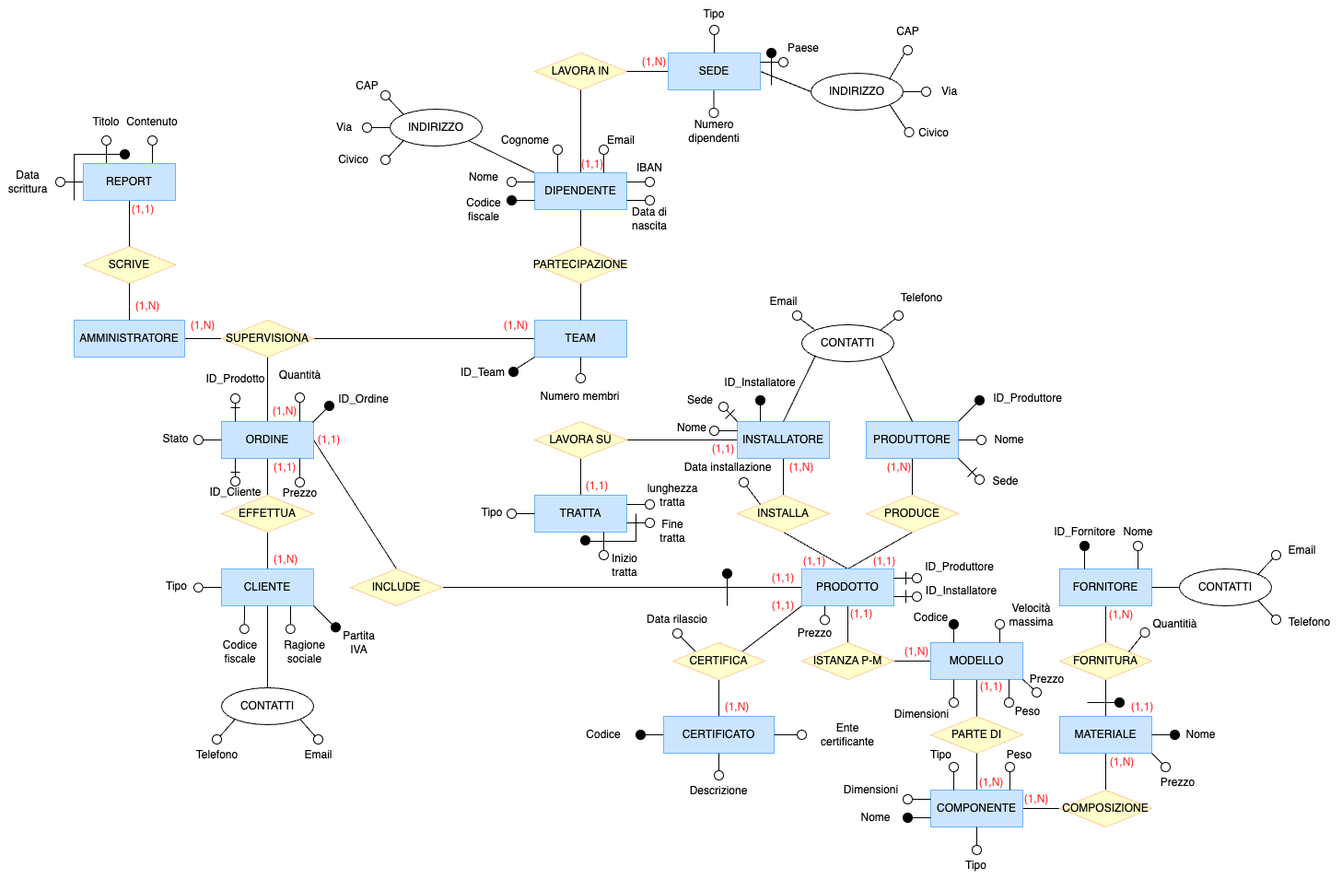
Earlier version of the draw.io export Secondo Anno/Secondo_Semestre/Basi_dati/Diagrammi_GreenRail/ristrutturato.drawio.png (bilottiale/uni). Source tidied: cells renumbered, new cells last; positions are measured from the earlier drawing's top-left corner, leaving out a move shared by most shapes.
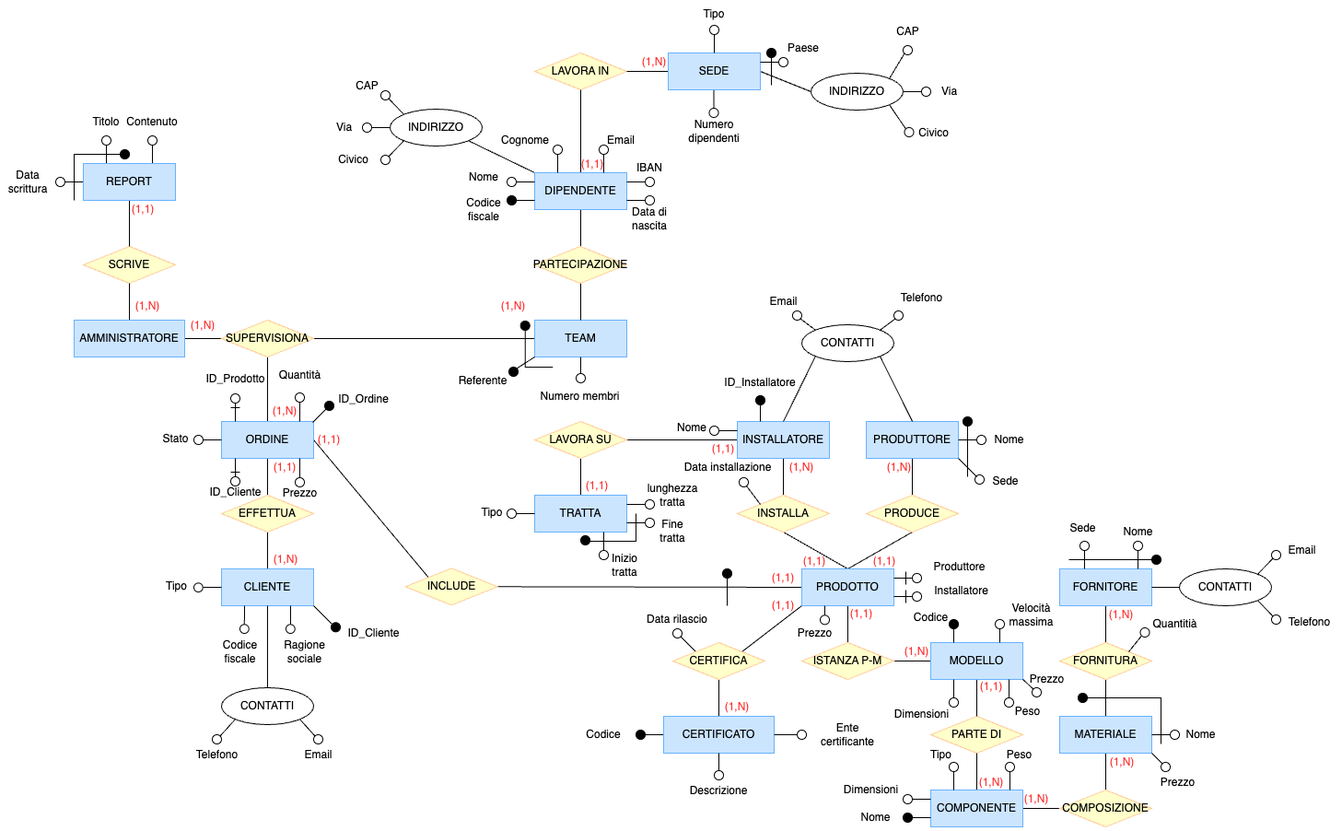
Later version of the same file.

What changed in the source:
```diff
@@ -30,7 +30,7 @@
         <mxPoint x="290" y="497" as="targetPoint" />
       </mxGeometry>
     </mxCell>
-    <mxCell id="10" style="endArrow=none;html=1;rounded=0;entryX=0.5;entryY=0;entryDx=0;entryDy=0;exitX=1;exitY=0.5;exitDx=0;exitDy=0;" parent="1" edge="1" target="23">
+    <mxCell id="10" style="endArrow=none;html=1;rounded=0;entryX=0;entryY=0;entryDx=0;entryDy=0;exitX=1;exitY=0.5;exitDx=0;exitDy=0;" parent="1" edge="1" target="23">
       <mxGeometry relative="1" as="geometry">
         <mxPoint x="340" y="477" as="sourcePoint" />
       </mxGeometry>
@@ -72,7 +72,7 @@
       <mxGeometry x="80" y="347" width="120" height="40" as="geometry" />
     </mxCell>
     <mxCell id="23" value="INCLUDE" style="rhombus;whiteSpace=wrap;html=1;fillColor=#FFFFCC;strokeColor=#FFCC99;" parent="1" vertex="1">
-      <mxGeometry x="380" y="617" width="100" height="40" as="geometry" />
+      <mxGeometry x="439.7" y="616.3" width="100" height="40" as="geometry" />
     </mxCell>
     <mxCell id="24" value="CLIENTE" style="rounded=0;whiteSpace=wrap;html=1;fillColor=#CCE5FF;strokeColor=#66B2FF;" parent="1" vertex="1">
       <mxGeometry x="240" y="617" width="100" height="40" as="geometry" />
@@ -336,8 +336,8 @@
     <mxCell id="98" style="ellipse;whiteSpace=wrap;html=1;fillColor=#000000;strokeColor=default;" parent="1" vertex="1">
       <mxGeometry x="359" y="675.3" width="10" height="10" as="geometry" />
     </mxCell>
-    <mxCell id="99" value="Partita&lt;br&gt;IVA" style="text;html=1;align=center;verticalAlign=middle;strokeColor=none;fillColor=none;" parent="1" vertex="1">
-      <mxGeometry x="359" y="677" width="60" height="40" as="geometry" />
+    <mxCell id="99" value="ID_Cliente" style="text;html=1;align=center;verticalAlign=middle;strokeColor=none;fillColor=none;" parent="1" vertex="1">
+      <mxGeometry x="364.8" y="672" width="80" height="30" as="geometry" />
     </mxCell>
     <mxCell id="100" style="ellipse;whiteSpace=wrap;html=1;fillColor=#FFFFFF;strokeColor=default;rotation=-180;" parent="1" vertex="1">
       <mxGeometry x="260" y="677.3" width="9.7" height="9.7" as="geometry" />
@@ -417,16 +417,9 @@
     <mxCell id="119" style="ellipse;whiteSpace=wrap;html=1;fillColor=none;strokeColor=default;rotation=90;" parent="105" vertex="1">
       <mxGeometry x="5" y="30" width="10" height="10" as="geometry" />
     </mxCell>
-    <mxCell id="120" value="ID_Produttore" style="text;html=1;align=center;verticalAlign=middle;strokeColor=none;fillColor=none;" parent="1" vertex="1">
-      <mxGeometry x="1065" y="417" width="100" height="30" as="geometry" />
-    </mxCell>
-    <mxCell id="121" style="ellipse;whiteSpace=wrap;html=1;fillColor=light-dark(#000000,#FFFFFF);strokeColor=default;rotation=45;" parent="1" vertex="1">
-      <mxGeometry x="1058" y="429" width="10" height="10" as="geometry" />
-    </mxCell>
-    <mxCell id="122" style="endArrow=none;html=1;rounded=0;" parent="1" edge="1">
+    <mxCell id="122" style="endArrow=none;html=1;rounded=0;" parent="1" edge="1" source="349">
       <mxGeometry relative="1" as="geometry">
-        <mxPoint x="1040" y="457" as="sourcePoint" />
-        <mxPoint x="1060" y="437" as="targetPoint" />
+        <mxPoint x="1050" y="457" as="targetPoint" />
       </mxGeometry>
     </mxCell>
     <mxCell id="123" value="PRODUTTORE" style="rounded=0;whiteSpace=wrap;html=1;fillColor=#CCE5FF;strokeColor=#66B2FF;" parent="1" vertex="1">
@@ -454,12 +447,6 @@
     <mxCell id="129" value="Sede" style="text;html=1;align=center;verticalAlign=middle;strokeColor=none;fillColor=none;" parent="1" vertex="1">
       <mxGeometry x="1066.4" y="507" width="50" height="30" as="geometry" />
     </mxCell>
-    <mxCell id="130" style="endArrow=none;html=1;rounded=0;" parent="1" edge="1">
-      <mxGeometry relative="1" as="geometry">
-        <mxPoint x="1050" y="517" as="sourcePoint" />
-        <mxPoint x="1060" y="507" as="targetPoint" />
-      </mxGeometry>
-    </mxCell>
     <mxCell id="131" style="endArrow=none;html=1;rounded=0;fontFamily=Helvetica;fontSize=12;fontColor=default;entryX=0;entryY=0;entryDx=0;entryDy=0;" parent="1" edge="1" target="38">
       <mxGeometry relative="1" as="geometry">
         <mxPoint x="810" y="527" as="sourcePoint" />
@@ -471,9 +458,6 @@
     <mxCell id="133" value="Data installazione" style="text;html=1;align=center;verticalAlign=middle;whiteSpace=wrap;rounded=0;" parent="1" vertex="1">
       <mxGeometry x="740" y="492" width="100" height="30" as="geometry" />
     </mxCell>
-    <mxCell id="134" style="endArrow=none;html=1;rounded=0;fontFamily=Helvetica;fontSize=12;fontColor=default;entryX=0;entryY=0;entryDx=0;entryDy=0;" parent="1" edge="1" source="139" target="26">
-      <mxGeometry relative="1" as="geometry" />
-    </mxCell>
     <mxCell id="135" style="endArrow=none;html=1;rounded=0;fontFamily=Helvetica;fontSize=12;fontColor=default;entryX=0.25;entryY=0;entryDx=0;entryDy=0;exitX=1;exitY=0.5;exitDx=0;exitDy=0;" parent="1" edge="1" source="136" target="26">
       <mxGeometry relative="1" as="geometry" />
     </mxCell>
@@ -483,18 +467,6 @@
     <mxCell id="137" value="ID_Installatore" style="text;html=1;align=center;verticalAlign=middle;whiteSpace=wrap;rounded=0;" parent="1" vertex="1">
       <mxGeometry x="775" y="400" width="100" height="30" as="geometry" />
     </mxCell>
-    <mxCell id="138" style="endArrow=none;html=1;rounded=0;fontFamily=Helvetica;fontSize=12;fontColor=default;" parent="1" edge="1">
-      <mxGeometry relative="1" as="geometry">
-        <mxPoint x="787" y="454" as="sourcePoint" />
-        <mxPoint x="797" y="444" as="targetPoint" />
-      </mxGeometry>
-    </mxCell>
-    <mxCell id="139" style="ellipse;whiteSpace=wrap;html=1;fillColor=none;strokeColor=default;rotation=90;" parent="1" vertex="1">
-      <mxGeometry x="780" y="436" width="10" height="10" as="geometry" />
-    </mxCell>
-    <mxCell id="140" value="Sede" style="text;html=1;align=center;verticalAlign=middle;whiteSpace=wrap;rounded=0;" parent="1" vertex="1">
-      <mxGeometry x="745" y="419" width="30" height="30" as="geometry" />
-    </mxCell>
     <mxCell id="141" style="endArrow=none;html=1;rounded=0;fontFamily=Helvetica;fontSize=12;fontColor=default;entryX=0;entryY=0.25;entryDx=0;entryDy=0;" parent="1" edge="1" target="26">
       <mxGeometry relative="1" as="geometry">
         <mxPoint x="780" y="467" as="sourcePoint" />
@@ -520,8 +492,8 @@
     <mxCell id="147" value="Numero membri" style="text;html=1;align=center;verticalAlign=middle;whiteSpace=wrap;rounded=0;" parent="1" vertex="1">
       <mxGeometry x="582" y="415" width="95" height="30" as="geometry" />
     </mxCell>
-    <mxCell id="148" value="ID_Produttore" style="text;html=1;align=center;verticalAlign=middle;strokeColor=none;fillColor=none;" parent="1" vertex="1">
-      <mxGeometry x="991" y="600" width="100" height="30" as="geometry" />
+    <mxCell id="148" value="Produttore" style="text;html=1;align=center;verticalAlign=middle;strokeColor=none;fillColor=none;" parent="1" vertex="1">
+      <mxGeometry x="1001" y="600" width="80" height="30" as="geometry" />
     </mxCell>
     <mxCell id="149" style="group;rotation=-45;" parent="1" vertex="1">
       <mxGeometry x="976" y="612" width="30.1" height="30.1" as="geometry" />
@@ -557,8 +529,8 @@
     <mxCell id="156" style="ellipse;whiteSpace=wrap;html=1;fillColor=none;strokeColor=default;rotation=0;" parent="154" vertex="1">
       <mxGeometry x="14" y="10" width="10" height="10" as="geometry" />
     </mxCell>
-    <mxCell id="157" value="ID_Installatore" style="text;html=1;align=center;verticalAlign=middle;strokeColor=none;fillColor=none;" parent="1" vertex="1">
-      <mxGeometry x="993" y="626" width="100" height="30" as="geometry" />
+    <mxCell id="157" value="Installatore" style="text;html=1;align=center;verticalAlign=middle;strokeColor=none;fillColor=none;" parent="1" vertex="1">
+      <mxGeometry x="1003" y="626" width="80" height="30" as="geometry" />
     </mxCell>
     <mxCell id="158" style="ellipse;whiteSpace=wrap;html=1;fillColor=none;strokeColor=default;rotation=90;" parent="1" vertex="1">
       <mxGeometry x="730" y="682" width="10" height="10" as="geometry" />
@@ -663,7 +635,7 @@
     <mxCell id="188" value="(1,N)" style="text;html=1;align=center;verticalAlign=middle;whiteSpace=wrap;rounded=0;labelBackgroundColor=none;fontColor=#FF3333;" parent="1" vertex="1">
       <mxGeometry x="965" y="692" width="60" height="30" as="geometry" />
     </mxCell>
-    <mxCell id="189" style="ellipse;whiteSpace=wrap;html=1;fillColor=#000000;strokeColor=default;" parent="1" vertex="1">
+    <mxCell id="189" style="ellipse;whiteSpace=wrap;html=1;fillColor=none;strokeColor=default;" parent="1" vertex="1">
       <mxGeometry x="1172" y="587" width="10" height="10" as="geometry" />
     </mxCell>
     <mxCell id="190" style="endArrow=none;html=1;rounded=0;entryX=0.5;entryY=1;entryDx=0;entryDy=0;" parent="1" edge="1" target="189">
@@ -671,9 +643,6 @@
         <mxPoint x="1177" y="617" as="sourcePoint" />
       </mxGeometry>
     </mxCell>
-    <mxCell id="191" value="ID_Fornitore" style="text;html=1;align=center;verticalAlign=middle;strokeColor=none;fillColor=none;" parent="1" vertex="1">
-      <mxGeometry x="1132" y="562" width="90" height="30" as="geometry" />
-    </mxCell>
     <mxCell id="192" style="group;" parent="1" vertex="1">
       <mxGeometry x="1280" y="582" width="176" height="110" as="geometry" />
     </mxCell>
@@ -700,7 +669,7 @@
     <mxCell id="199" style="group;rotation=90;" parent="1" vertex="1">
       <mxGeometry x="1260" y="782" width="10" height="30" as="geometry" />
     </mxCell>
-    <mxCell id="200" style="ellipse;whiteSpace=wrap;html=1;fillColor=#000000;strokeColor=default;rotation=90;" parent="199" vertex="1">
+    <mxCell id="200" style="ellipse;whiteSpace=wrap;html=1;fillColor=none;strokeColor=default;rotation=90;" parent="199" vertex="1">
       <mxGeometry x="10" y="10" width="10" height="10" as="geometry" />
     </mxCell>
     <mxCell id="201" style="endArrow=none;html=1;rounded=0;entryX=0.5;entryY=1;entryDx=0;entryDy=0;" parent="199" edge="1" target="200">
@@ -844,11 +813,15 @@
       <mxGeometry relative="1" as="geometry" />
     </mxCell>
     <mxCell id="243" style="ellipse;whiteSpace=wrap;html=1;fillColor=#000000;strokeColor=default;rotation=90;" parent="1" vertex="1">
-      <mxGeometry x="1210" y="757" width="10" height="10" as="geometry" />
+      <mxGeometry x="1170" y="752" width="10" height="10" as="geometry" />
     </mxCell>
-    <mxCell id="244" style="endArrow=none;html=1;rounded=0;entryX=0.5;entryY=1;entryDx=0;entryDy=0;" parent="1" edge="1" target="243">
+    <mxCell id="244" style="endArrow=none;html=1;rounded=0;" parent="1" edge="1">
       <mxGeometry relative="1" as="geometry">
-        <mxPoint x="1180" y="762" as="sourcePoint" />
+        <mxPoint x="1180" y="757" as="sourcePoint" />
+        <mxPoint x="1260" y="807" as="targetPoint" />
+        <Array as="points">
+          <mxPoint x="1260" y="757" />
+        </Array>
       </mxGeometry>
     </mxCell>
     <mxCell id="245" style="ellipse;whiteSpace=wrap;html=1;fillColor=none;strokeColor=default;direction=south;" parent="1" vertex="1">
@@ -908,7 +881,7 @@
       <mxGeometry x="125" y="212" width="60" height="30" as="geometry" />
     </mxCell>
     <mxCell id="263" value="(1,N)" style="text;html=1;align=center;verticalAlign=middle;whiteSpace=wrap;rounded=0;labelBackgroundColor=none;fontColor=#FF3333;" parent="1" vertex="1">
-      <mxGeometry x="530" y="338" width="60" height="30" as="geometry" />
+      <mxGeometry x="527" y="317" width="60" height="30" as="geometry" />
     </mxCell>
     <mxCell id="264" value="(1,1)" style="text;html=1;align=center;verticalAlign=middle;whiteSpace=wrap;rounded=0;labelBackgroundColor=none;fontColor=#FF3333;" parent="1" vertex="1">
       <mxGeometry x="820" y="612" width="60" height="30" as="geometry" />
@@ -946,9 +919,6 @@
     <mxCell id="275" value="(1,N)" style="text;html=1;align=center;verticalAlign=middle;whiteSpace=wrap;rounded=0;labelBackgroundColor=none;fontColor=#FF3333;" parent="1" vertex="1">
       <mxGeometry x="1187.5" y="812" width="60" height="30" as="geometry" />
     </mxCell>
-    <mxCell id="276" value="(1,1)" style="text;html=1;align=center;verticalAlign=middle;whiteSpace=wrap;rounded=0;labelBackgroundColor=none;fontColor=#FF3333;" parent="1" vertex="1">
-      <mxGeometry x="1210" y="752" width="60" height="30" as="geometry" />
-    </mxCell>
     <mxCell id="277" value="(1,N)" style="text;html=1;align=center;verticalAlign=middle;whiteSpace=wrap;rounded=0;labelBackgroundColor=none;fontColor=#FF3333;" parent="1" vertex="1">
       <mxGeometry x="1187" y="652" width="60" height="30" as="geometry" />
     </mxCell>
@@ -1120,8 +1090,8 @@
     <mxCell id="327" style="endArrow=none;html=1;rounded=0;fontFamily=Helvetica;fontSize=12;fontColor=default;exitX=0;exitY=0;exitDx=0;exitDy=0;entryX=0;entryY=1;entryDx=0;entryDy=0;" parent="1" edge="1" source="326" target="20">
       <mxGeometry relative="1" as="geometry" />
     </mxCell>
-    <mxCell id="328" value="ID_Team" style="text;html=1;align=center;verticalAlign=middle;whiteSpace=wrap;rounded=0;" parent="1" vertex="1">
-      <mxGeometry x="494" y="389" width="60" height="30" as="geometry" />
+    <mxCell id="328" value="Referente" style="text;html=1;align=center;verticalAlign=middle;whiteSpace=wrap;rounded=0;" parent="1" vertex="1">
+      <mxGeometry x="494" y="398" width="60" height="30" as="geometry" />
     </mxCell>
     <mxCell id="329" style="endArrow=none;html=1;rounded=0;entryX=0;entryY=0.5;entryDx=0;entryDy=0;" parent="1" edge="1" target="24">
       <mxGeometry relative="1" as="geometry">
@@ -1164,19 +1134,37 @@
         <mxPoint x="560" y="557" as="sourcePoint" />
       </mxGeometry>
     </mxCell>
-    <mxCell id="340" style="group;rotation=0;" parent="1" vertex="1">
-      <mxGeometry x="1054" y="897" width="10" height="30" as="geometry" />
-    </mxCell>
-    <mxCell id="341" style="ellipse;whiteSpace=wrap;html=1;fillColor=none;strokeColor=default;rotation=0;" parent="340" vertex="1">
-      <mxGeometry x="1" y="20" width="10" height="10" as="geometry" />
-    </mxCell>
-    <mxCell id="342" style="endArrow=none;html=1;rounded=0;fontFamily=Helvetica;fontSize=12;fontColor=default;entryX=0.5;entryY=1;entryDx=0;entryDy=0;" parent="1" edge="1" target="41">
-      <mxGeometry relative="1" as="geometry">
-        <mxPoint x="1060" y="917" as="sourcePoint" />
-      </mxGeometry>
-    </mxCell>
-    <mxCell id="343" value="Tipo" style="text;html=1;align=center;verticalAlign=middle;strokeColor=none;fillColor=none;" parent="1" vertex="1">
-      <mxGeometry x="1034" y="924" width="50" height="30" as="geometry" />
-    </mxCell>
+    <mxCell id="140" value="Sede" style="text;html=1;align=center;verticalAlign=middle;strokeColor=none;fillColor=none;" parent="1" vertex="1">
+      <mxGeometry x="1150" y="558" width="50" height="30" as="geometry" />
+    </mxCell>
+    <mxCell id="344" style="endArrow=none;html=1;rounded=0;" parent="1" edge="1">
+      <mxGeometry relative="1" as="geometry">
+        <mxPoint x="569.7" y="358" as="sourcePoint" />
+        <mxPoint x="599.7" y="398" as="targetPoint" />
+        <Array as="points">
+          <mxPoint x="569.7" y="398" />
+        </Array>
+      </mxGeometry>
+    </mxCell>
+    <mxCell id="345" style="ellipse;whiteSpace=wrap;html=1;fillColor=#000000;strokeColor=default;rotation=90;" parent="1" vertex="1">
+      <mxGeometry x="564.7" y="348" width="10" height="10" as="geometry" />
+    </mxCell>
+    <mxCell id="346" style="endArrow=none;html=1;rounded=0;" parent="1" edge="1">
+      <mxGeometry relative="1" as="geometry">
+        <mxPoint x="1160" y="607" as="sourcePoint" />
+        <mxPoint x="1250" y="607" as="targetPoint" />
+      </mxGeometry>
+    </mxCell>
+    <mxCell id="347" style="ellipse;whiteSpace=wrap;html=1;fillColor=#000000;strokeColor=default;" parent="1" vertex="1">
+      <mxGeometry x="1250" y="602" width="10" height="10" as="geometry" />
+    </mxCell>
+    <mxCell id="348" style="endArrow=none;html=1;rounded=0;" parent="1" edge="1" target="349">
+      <mxGeometry relative="1" as="geometry">
+        <mxPoint x="1050" y="517" as="sourcePoint" />
+      </mxGeometry>
+    </mxCell>
+    <mxCell id="349" style="ellipse;whiteSpace=wrap;html=1;fillColor=#000000;strokeColor=default;rotation=45;" parent="1" vertex="1">
+      <mxGeometry x="1045" y="452" width="10" height="10" as="geometry" />
+    </mxCell>
   </root>
 </mxGraphModel>
```
